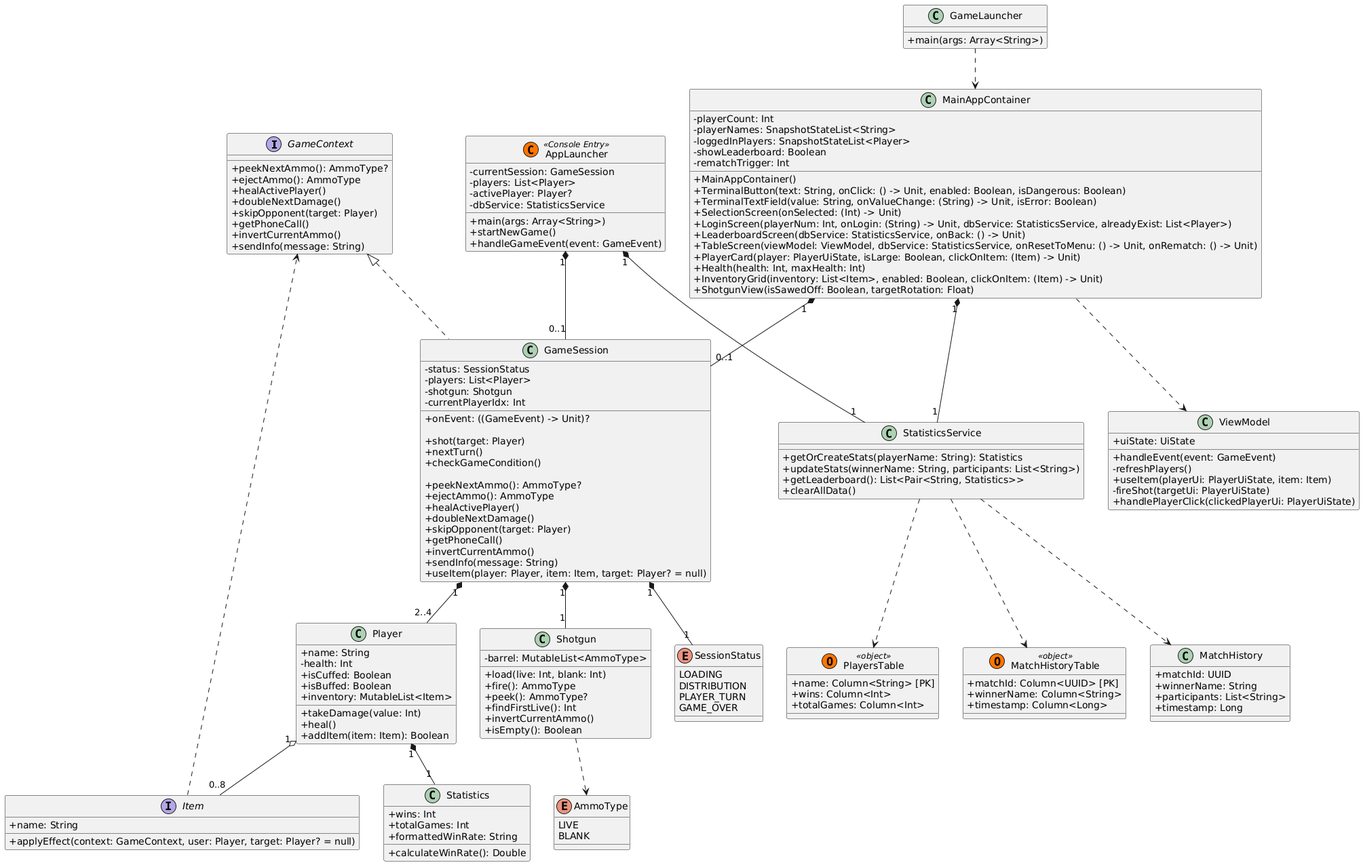
Before: diagram.png, a diagram exported from PlantUML (ermmmaks/CasePracticeKT).
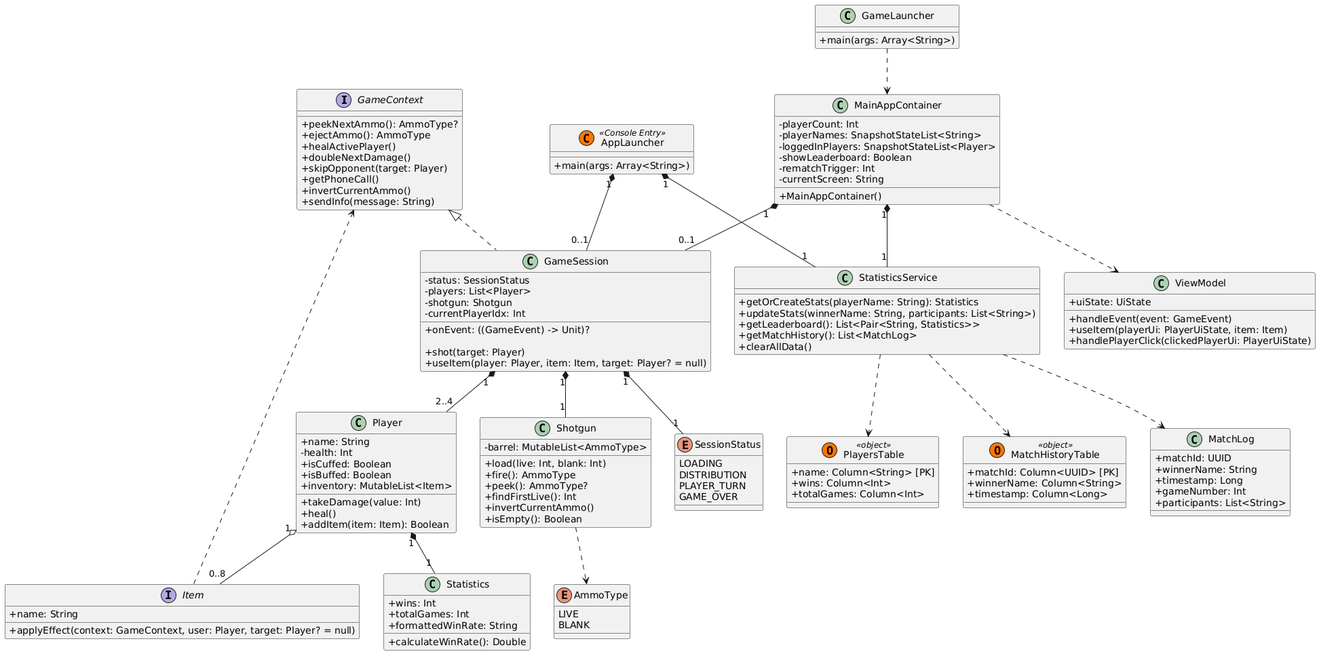
The same diagram one commit later.

Commit message:
Add Matches history, refresh diagram and description

What changed in the source:
```diff
@@ -29,37 +29,20 @@
     - loggedInPlayers: SnapshotStateList<Player>
     - showLeaderboard: Boolean
     - rematchTrigger: Int
+    - currentScreen: String
     + MainAppContainer()
-    + TerminalButton(text: String, onClick: () -> Unit, enabled: Boolean, isDangerous: Boolean)
-    + TerminalTextField(value: String, onValueChange: (String) -> Unit, isError: Boolean)
-    + SelectionScreen(onSelected: (Int) -> Unit)
-    + LoginScreen(playerNum: Int, onLogin: (String) -> Unit, dbService: StatisticsService, alreadyExist: List<Player>)
-    + LeaderboardScreen(dbService: StatisticsService, onBack: () -> Unit)
-    + TableScreen(viewModel: ViewModel, dbService: StatisticsService, onResetToMenu: () -> Unit, onRematch: () -> Unit)
-    + PlayerCard(player: PlayerUiState, isLarge: Boolean, clickOnItem: (Item) -> Unit)
-    + Health(health: Int, maxHealth: Int)
-    + InventoryGrid(inventory: List<Item>, enabled: Boolean, clickOnItem: (Item) -> Unit)
-    + ShotgunView(isSawedOff: Boolean, targetRotation: Float)
 }
 
 class ViewModel {
     + uiState: UiState
     + handleEvent(event: GameEvent)
-    - refreshPlayers()
     + useItem(playerUi: PlayerUiState, item: Item)
-    - fireShot(targetUi: PlayerUiState)
     + handlePlayerClick(clickedPlayerUi: PlayerUiState)
 }
 
 
 class AppLauncher << (C,#FF7700) Console Entry >> {
-    - currentSession: GameSession
-    - players: List<Player>
-    - activePlayer: Player?
-    - dbService: StatisticsService
     + main(args: Array<String>)
-    + startNewGame()
-    + handleGameEvent(event: GameEvent)
 }
 
 class GameSession implements GameContext {
@@ -70,17 +53,6 @@
     + onEvent: ((GameEvent) -> Unit)?
 
     + shot(target: Player)
-    + nextTurn()
-    + checkGameCondition()
-
-    + peekNextAmmo(): AmmoType?
-    + ejectAmmo(): AmmoType
-    + healActivePlayer()
-    + doubleNextDamage()
-    + skipOpponent(target: Player)
-    + getPhoneCall()
-    + invertCurrentAmmo()
-    + sendInfo(message: String)
     + useItem(player: Player, item: Item, target: Player? = null)
 }
 
@@ -111,6 +83,7 @@
     + getOrCreateStats(playerName: String): Statistics
     + updateStats(winnerName: String, participants: List<String>)
     + getLeaderboard(): List<Pair<String, Statistics>>
+    + getMatchHistory(): List<MatchLog>
     + clearAllData()
 }
 
@@ -133,11 +106,12 @@
     + calculateWinRate(): Double
 }
 
-class MatchHistory {
+class MatchLog {
     + matchId: UUID
     + winnerName: String
+    + timestamp: Long
+    + gameNumber: Int
     + participants: List<String>
-    + timestamp: Long
 }
 
 
@@ -172,5 +146,5 @@
 
 StatisticsService ..> PlayersTable
 StatisticsService ..> MatchHistoryTable
-StatisticsService ..> MatchHistory
+StatisticsService ..> MatchLog
 @enduml
```
